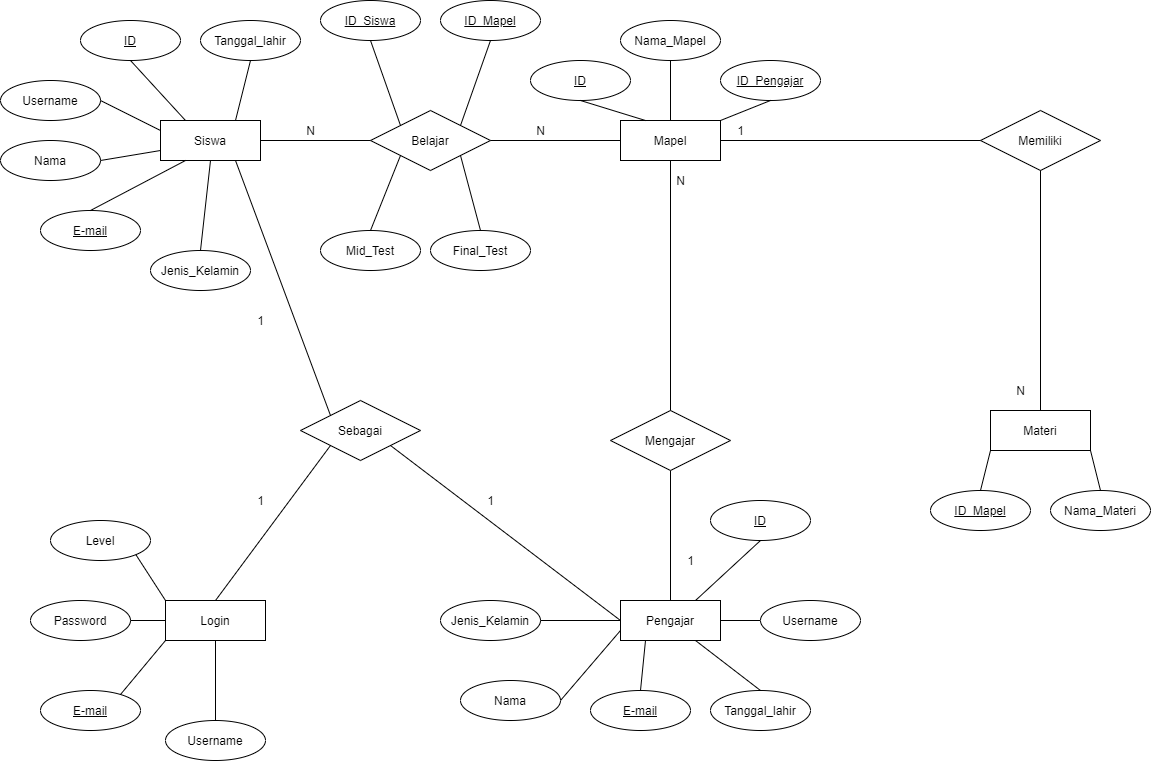
Above: Skema Database/ERD dbhaiyu.png in alifahfathonah/Website-HAiYU (draw.io), before the change. Source tidied: cells renumbered, new cells last; positions are measured from the earlier drawing's top-left corner, leaving out a move shared by most shapes.
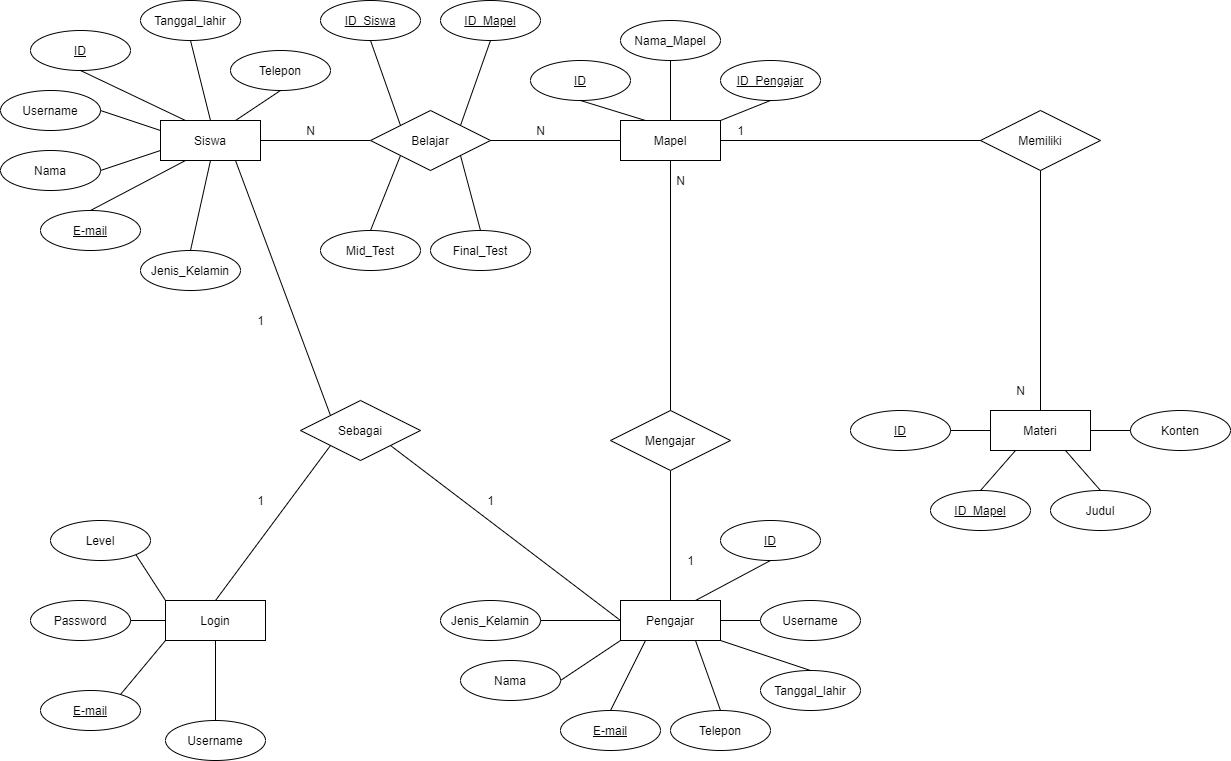
The same file after the commit.

Diff of the diagram source:
```diff
@@ -6,16 +6,16 @@
       <mxGeometry x="160" y="120" width="100" height="40" as="geometry" />
     </mxCell>
     <mxCell id="3" value="ID" style="ellipse;whiteSpace=wrap;html=1;align=center;fontStyle=4;" parent="1" vertex="1">
-      <mxGeometry x="80" y="20" width="100" height="40" as="geometry" />
+      <mxGeometry x="30" y="30" width="100" height="40" as="geometry" />
     </mxCell>
     <mxCell id="4" value="&lt;span&gt;Username&lt;/span&gt;" style="ellipse;whiteSpace=wrap;html=1;align=center;fontStyle=0;" parent="1" vertex="1">
-      <mxGeometry y="80" width="100" height="40" as="geometry" />
+      <mxGeometry y="90" width="100" height="40" as="geometry" />
     </mxCell>
     <mxCell id="5" value="Tanggal_lahir" style="ellipse;whiteSpace=wrap;html=1;align=center;" parent="1" vertex="1">
-      <mxGeometry x="200" y="20" width="100" height="40" as="geometry" />
+      <mxGeometry x="140" width="100" height="40" as="geometry" />
     </mxCell>
     <mxCell id="6" value="Nama" style="ellipse;whiteSpace=wrap;html=1;align=center;" parent="1" vertex="1">
-      <mxGeometry y="140" width="100" height="40" as="geometry" />
+      <mxGeometry y="150" width="100" height="40" as="geometry" />
     </mxCell>
     <mxCell id="7" value="E-mail" style="ellipse;whiteSpace=wrap;html=1;align=center;fontStyle=4;" parent="1" vertex="1">
       <mxGeometry x="40" y="210" width="100" height="40" as="geometry" />
@@ -26,7 +26,7 @@
     <mxCell id="9" style="endArrow=none;html=1;rounded=0;entryX=0.25;entryY=0;entryDx=0;entryDy=0;exitX=0.5;exitY=1;exitDx=0;exitDy=0;" parent="1" edge="1" source="3" target="2">
       <mxGeometry relative="1" as="geometry" />
     </mxCell>
-    <mxCell id="10" style="endArrow=none;html=1;rounded=0;entryX=0.75;entryY=0;entryDx=0;entryDy=0;exitX=0.5;exitY=1;exitDx=0;exitDy=0;" parent="1" edge="1" source="5" target="2">
+    <mxCell id="10" style="endArrow=none;html=1;rounded=0;entryX=0.5;entryY=0;entryDx=0;entryDy=0;exitX=0.5;exitY=1;exitDx=0;exitDy=0;" parent="1" edge="1" source="5" target="2">
       <mxGeometry relative="1" as="geometry" />
     </mxCell>
     <mxCell id="11" style="endArrow=none;html=1;rounded=0;entryX=0;entryY=0.25;entryDx=0;entryDy=0;exitX=1;exitY=0.5;exitDx=0;exitDy=0;" parent="1" edge="1" source="4" target="2">
@@ -87,10 +87,10 @@
       <mxGeometry x="620" y="600" width="100" height="40" as="geometry" />
     </mxCell>
     <mxCell id="30" value="Tanggal_lahir" style="ellipse;whiteSpace=wrap;html=1;align=center;" parent="1" vertex="1">
-      <mxGeometry x="710" y="690" width="100" height="40" as="geometry" />
+      <mxGeometry x="760" y="670" width="100" height="40" as="geometry" />
     </mxCell>
     <mxCell id="31" value="E-mail" style="ellipse;whiteSpace=wrap;html=1;align=center;fontStyle=4;" parent="1" vertex="1">
-      <mxGeometry x="590" y="690" width="100" height="40" as="geometry" />
+      <mxGeometry x="560" y="710" width="100" height="40" as="geometry" />
     </mxCell>
     <mxCell id="32" style="endArrow=none;html=1;rounded=0;entryX=0.75;entryY=0;entryDx=0;entryDy=0;exitX=0.5;exitY=1;exitDx=0;exitDy=0;" parent="1" edge="1" source="57" target="29">
       <mxGeometry relative="1" as="geometry" />
@@ -98,17 +98,17 @@
     <mxCell id="33" style="endArrow=none;html=1;rounded=0;entryX=1;entryY=0.5;entryDx=0;entryDy=0;exitX=0;exitY=0.5;exitDx=0;exitDy=0;" parent="1" edge="1" source="46" target="29">
       <mxGeometry relative="1" as="geometry" />
     </mxCell>
-    <mxCell id="34" style="endArrow=none;html=1;rounded=0;entryX=0;entryY=0.75;entryDx=0;entryDy=0;exitX=1;exitY=0.5;exitDx=0;exitDy=0;" parent="1" edge="1" source="37" target="29">
+    <mxCell id="34" style="endArrow=none;html=1;rounded=0;entryX=0;entryY=1;entryDx=0;entryDy=0;exitX=1;exitY=0.5;exitDx=0;exitDy=0;" parent="1" edge="1" source="37" target="29">
       <mxGeometry relative="1" as="geometry" />
     </mxCell>
     <mxCell id="35" style="endArrow=none;html=1;rounded=0;entryX=0.5;entryY=0;entryDx=0;entryDy=0;exitX=0.25;exitY=1;exitDx=0;exitDy=0;" parent="1" edge="1" source="29" target="31">
       <mxGeometry relative="1" as="geometry" />
     </mxCell>
-    <mxCell id="36" style="endArrow=none;html=1;rounded=0;entryX=0.5;entryY=0;entryDx=0;entryDy=0;exitX=0.75;exitY=1;exitDx=0;exitDy=0;" parent="1" edge="1" source="29" target="30">
+    <mxCell id="36" style="endArrow=none;html=1;rounded=0;entryX=0.5;entryY=0;entryDx=0;entryDy=0;exitX=1;exitY=1;exitDx=0;exitDy=0;" parent="1" edge="1" source="29" target="30">
       <mxGeometry relative="1" as="geometry" />
     </mxCell>
     <mxCell id="37" value="Nama" style="ellipse;whiteSpace=wrap;html=1;align=center;" parent="1" vertex="1">
-      <mxGeometry x="460" y="680" width="100" height="40" as="geometry" />
+      <mxGeometry x="460" y="660" width="100" height="40" as="geometry" />
     </mxCell>
     <mxCell id="38" style="endArrow=none;html=1;rounded=0;exitX=0.5;exitY=0;exitDx=0;exitDy=0;entryX=0.5;entryY=1;entryDx=0;entryDy=0;" parent="1" edge="1" source="29" target="39">
       <mxGeometry relative="1" as="geometry" />
@@ -168,7 +168,7 @@
       <mxGeometry x="250" y="490" width="20" height="20" as="geometry" />
     </mxCell>
     <mxCell id="57" value="ID" style="ellipse;whiteSpace=wrap;html=1;align=center;fontStyle=4;" parent="1" vertex="1">
-      <mxGeometry x="710" y="500" width="100" height="40" as="geometry" />
+      <mxGeometry x="720" y="520" width="100" height="40" as="geometry" />
     </mxCell>
     <mxCell id="58" style="endArrow=none;html=1;exitX=0;exitY=0;exitDx=0;exitDy=0;entryX=0.75;entryY=1;entryDx=0;entryDy=0;" parent="1" edge="1" source="52" target="2">
       <mxGeometry relative="1" as="geometry" />
@@ -183,7 +183,7 @@
       <mxGeometry relative="1" as="geometry" />
     </mxCell>
     <mxCell id="62" value="Jenis_Kelamin" style="ellipse;whiteSpace=wrap;html=1;align=center;" parent="1" vertex="1">
-      <mxGeometry x="150" y="250" width="100" height="40" as="geometry" />
+      <mxGeometry x="140" y="250" width="100" height="40" as="geometry" />
     </mxCell>
     <mxCell id="63" style="endArrow=none;html=1;rounded=0;entryX=0.5;entryY=0;entryDx=0;entryDy=0;exitX=0.5;exitY=1;exitDx=0;exitDy=0;" parent="1" edge="1" source="2" target="62">
       <mxGeometry relative="1" as="geometry" />
@@ -224,14 +224,38 @@
     <mxCell id="75" value="ID_Mapel" style="ellipse;whiteSpace=wrap;html=1;align=center;fontStyle=4;" parent="1" vertex="1">
       <mxGeometry x="930" y="490" width="100" height="40" as="geometry" />
     </mxCell>
-    <mxCell id="76" value="Nama_Materi" style="ellipse;whiteSpace=wrap;html=1;align=center;fontStyle=0;" parent="1" vertex="1">
+    <mxCell id="76" value="Judul" style="ellipse;whiteSpace=wrap;html=1;align=center;fontStyle=0;" parent="1" vertex="1">
       <mxGeometry x="1050" y="490" width="100" height="40" as="geometry" />
     </mxCell>
-    <mxCell id="77" style="endArrow=none;html=1;exitX=0.5;exitY=0;exitDx=0;exitDy=0;entryX=0;entryY=1;entryDx=0;entryDy=0;" parent="1" edge="1" source="75" target="69">
+    <mxCell id="77" style="endArrow=none;html=1;exitX=0.5;exitY=0;exitDx=0;exitDy=0;entryX=0.25;entryY=1;entryDx=0;entryDy=0;" parent="1" edge="1" source="75" target="69">
       <mxGeometry relative="1" as="geometry" />
     </mxCell>
-    <mxCell id="78" style="endArrow=none;html=1;exitX=0.5;exitY=0;exitDx=0;exitDy=0;entryX=1;entryY=1;entryDx=0;entryDy=0;" parent="1" edge="1" source="76" target="69">
+    <mxCell id="78" style="endArrow=none;html=1;exitX=0.5;exitY=0;exitDx=0;exitDy=0;entryX=0.75;entryY=1;entryDx=0;entryDy=0;" parent="1" edge="1" source="76" target="69">
       <mxGeometry relative="1" as="geometry" />
     </mxCell>
+    <mxCell id="79" value="ID" style="ellipse;whiteSpace=wrap;html=1;align=center;fontStyle=4;" parent="1" vertex="1">
+      <mxGeometry x="850" y="410" width="100" height="40" as="geometry" />
+    </mxCell>
+    <mxCell id="80" style="endArrow=none;html=1;exitX=1;exitY=0.5;exitDx=0;exitDy=0;entryX=0;entryY=0.5;entryDx=0;entryDy=0;" parent="1" edge="1" source="79" target="69">
+      <mxGeometry relative="1" as="geometry" />
+    </mxCell>
+    <mxCell id="81" value="Konten" style="ellipse;whiteSpace=wrap;html=1;align=center;fontStyle=0;" parent="1" vertex="1">
+      <mxGeometry x="1130" y="410" width="100" height="40" as="geometry" />
+    </mxCell>
+    <mxCell id="82" style="endArrow=none;html=1;exitX=0;exitY=0.5;exitDx=0;exitDy=0;entryX=1;entryY=0.5;entryDx=0;entryDy=0;" parent="1" edge="1" source="81" target="69">
+      <mxGeometry relative="1" as="geometry" />
+    </mxCell>
+    <mxCell id="83" value="Telepon" style="ellipse;whiteSpace=wrap;html=1;align=center;" parent="1" vertex="1">
+      <mxGeometry x="230" y="50" width="100" height="40" as="geometry" />
+    </mxCell>
+    <mxCell id="84" style="endArrow=none;html=1;rounded=0;entryX=0.75;entryY=0;entryDx=0;entryDy=0;exitX=0.5;exitY=1;exitDx=0;exitDy=0;" parent="1" edge="1" source="83" target="2">
+      <mxGeometry relative="1" as="geometry" />
+    </mxCell>
+    <mxCell id="85" value="Telepon" style="ellipse;whiteSpace=wrap;html=1;align=center;" parent="1" vertex="1">
+      <mxGeometry x="670" y="710" width="100" height="40" as="geometry" />
+    </mxCell>
+    <mxCell id="86" style="endArrow=none;html=1;rounded=0;entryX=0.5;entryY=0;entryDx=0;entryDy=0;exitX=0.75;exitY=1;exitDx=0;exitDy=0;" parent="1" edge="1" source="29" target="85">
+      <mxGeometry relative="1" as="geometry" />
+    </mxCell>
   </root>
 </mxGraphModel>
```
